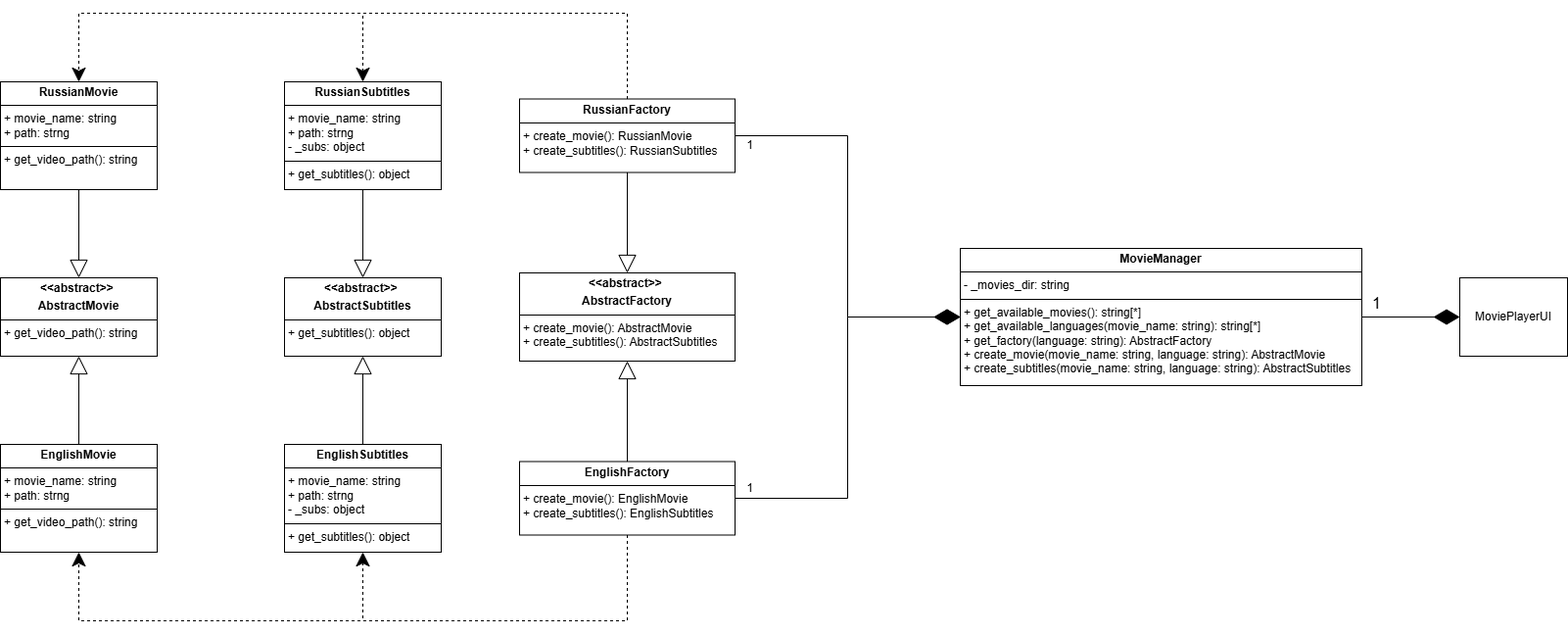
This is lab6/with_pattern/class_diag.png from nedeadinside/oaoaoaoaoaoaoaoa, a draw.io export, as it was before one commit. Source tidied: cells renumbered, new cells last; positions are measured from the earlier drawing's top-left corner, leaving out a move shared by most shapes.
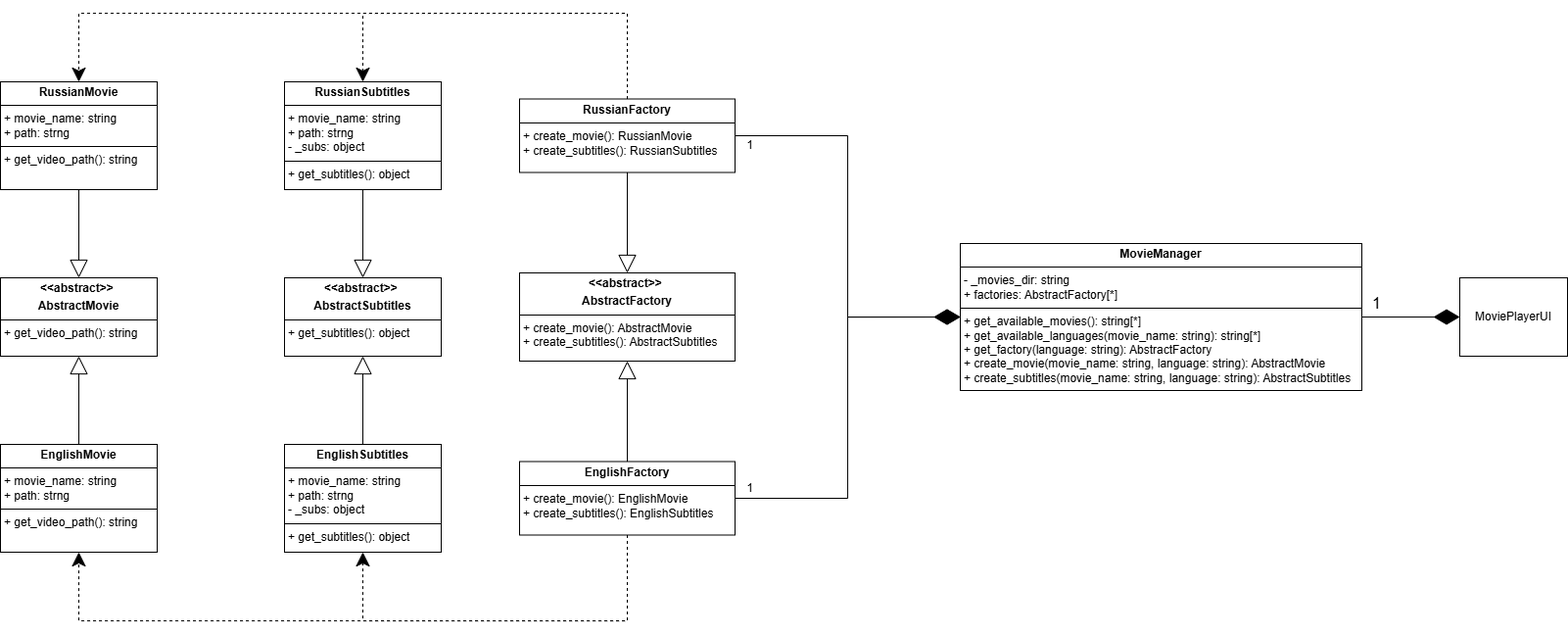
Later version of the same file.

Change to the diagram source:
```diff
@@ -29,8 +29,8 @@
     <mxCell id="10" value="&lt;p style=&quot;margin:0px;margin-top:4px;text-align:center;&quot;&gt;&lt;b style=&quot;background-color: transparent; color: light-dark(rgb(0, 0, 0), rgb(255, 255, 255));&quot;&gt;English&lt;/b&gt;&lt;b&gt;Subtitles&lt;/b&gt;&lt;/p&gt;&lt;hr size=&quot;1&quot; style=&quot;border-style:solid;&quot;&gt;&lt;p style=&quot;margin:0px;margin-left:4px;&quot;&gt;+ movie_name: string&lt;/p&gt;&lt;p style=&quot;margin:0px;margin-left:4px;&quot;&gt;+ path: strng&lt;/p&gt;&lt;p style=&quot;margin:0px;margin-left:4px;&quot;&gt;- _subs: object&amp;nbsp;&lt;/p&gt;&lt;hr size=&quot;1&quot; style=&quot;border-style:solid;&quot;&gt;&lt;p style=&quot;margin:0px;margin-left:4px;&quot;&gt;+ get_subtitles(): object&lt;/p&gt;" style="verticalAlign=top;align=left;overflow=fill;html=1;whiteSpace=wrap;" parent="1" vertex="1">
       <mxGeometry x="290" y="440" width="160" height="110" as="geometry" />
     </mxCell>
-    <mxCell id="11" value="&lt;p style=&quot;margin:0px;margin-top:4px;text-align:center;&quot;&gt;&lt;b&gt;MovieManager&lt;/b&gt;&lt;/p&gt;&lt;hr size=&quot;1&quot; style=&quot;border-style:solid;&quot;&gt;&lt;p style=&quot;margin:0px;margin-left:4px;&quot;&gt;- _movies_dir: string&lt;/p&gt;&lt;hr size=&quot;1&quot; style=&quot;border-style:solid;&quot;&gt;&lt;p style=&quot;margin:0px;margin-left:4px;&quot;&gt;+ get_available_movies(): string[*]&lt;/p&gt;&lt;p style=&quot;margin:0px;margin-left:4px;&quot;&gt;+&amp;nbsp;get_available_languages(movie_name: string): string[*]&lt;/p&gt;&lt;p style=&quot;margin:0px;margin-left:4px;&quot;&gt;+ get_factory(language: string): AbstractFactory&lt;/p&gt;&lt;p style=&quot;margin:0px;margin-left:4px;&quot;&gt;+ create_movie(movie_name: string, language: string): AbstractMovie&lt;/p&gt;&lt;p style=&quot;margin:0px;margin-left:4px;&quot;&gt;+ create_subtitles(movie_name: string, language: string): AbstractSubtitles&lt;/p&gt;" style="verticalAlign=top;align=left;overflow=fill;html=1;whiteSpace=wrap;" parent="1" vertex="1">
-      <mxGeometry x="980" y="240" width="410" height="140" as="geometry" />
+    <mxCell id="11" value="&lt;p style=&quot;margin:0px;margin-top:4px;text-align:center;&quot;&gt;&lt;b&gt;MovieManager&lt;/b&gt;&lt;/p&gt;&lt;hr size=&quot;1&quot; style=&quot;border-style:solid;&quot;&gt;&lt;p style=&quot;margin:0px;margin-left:4px;&quot;&gt;- _movies_dir: string&lt;/p&gt;&lt;p style=&quot;margin:0px;margin-left:4px;&quot;&gt;+&amp;nbsp;factories: &lt;span style=&quot;text-align: center;&quot;&gt;AbstractFactory&lt;/span&gt;[*]&lt;/p&gt;&lt;hr size=&quot;1&quot; style=&quot;border-style:solid;&quot;&gt;&lt;p style=&quot;margin:0px;margin-left:4px;&quot;&gt;+ get_available_movies(): string[*]&lt;/p&gt;&lt;p style=&quot;margin:0px;margin-left:4px;&quot;&gt;+&amp;nbsp;get_available_languages(movie_name: string): string[*]&lt;/p&gt;&lt;p style=&quot;margin:0px;margin-left:4px;&quot;&gt;+ get_factory(language: string): AbstractFactory&lt;/p&gt;&lt;p style=&quot;margin:0px;margin-left:4px;&quot;&gt;+ create_movie(movie_name: string, language: string): AbstractMovie&lt;/p&gt;&lt;p style=&quot;margin:0px;margin-left:4px;&quot;&gt;+ create_subtitles(movie_name: string, language: string): AbstractSubtitles&lt;/p&gt;" style="verticalAlign=top;align=left;overflow=fill;html=1;whiteSpace=wrap;" parent="1" vertex="1">
+      <mxGeometry x="980" y="235" width="410" height="150" as="geometry" />
     </mxCell>
     <mxCell id="12" value="MoviePlayerUI" style="html=1;whiteSpace=wrap;" parent="1" vertex="1">
       <mxGeometry x="1490" y="270" width="110" height="80" as="geometry" />
```
